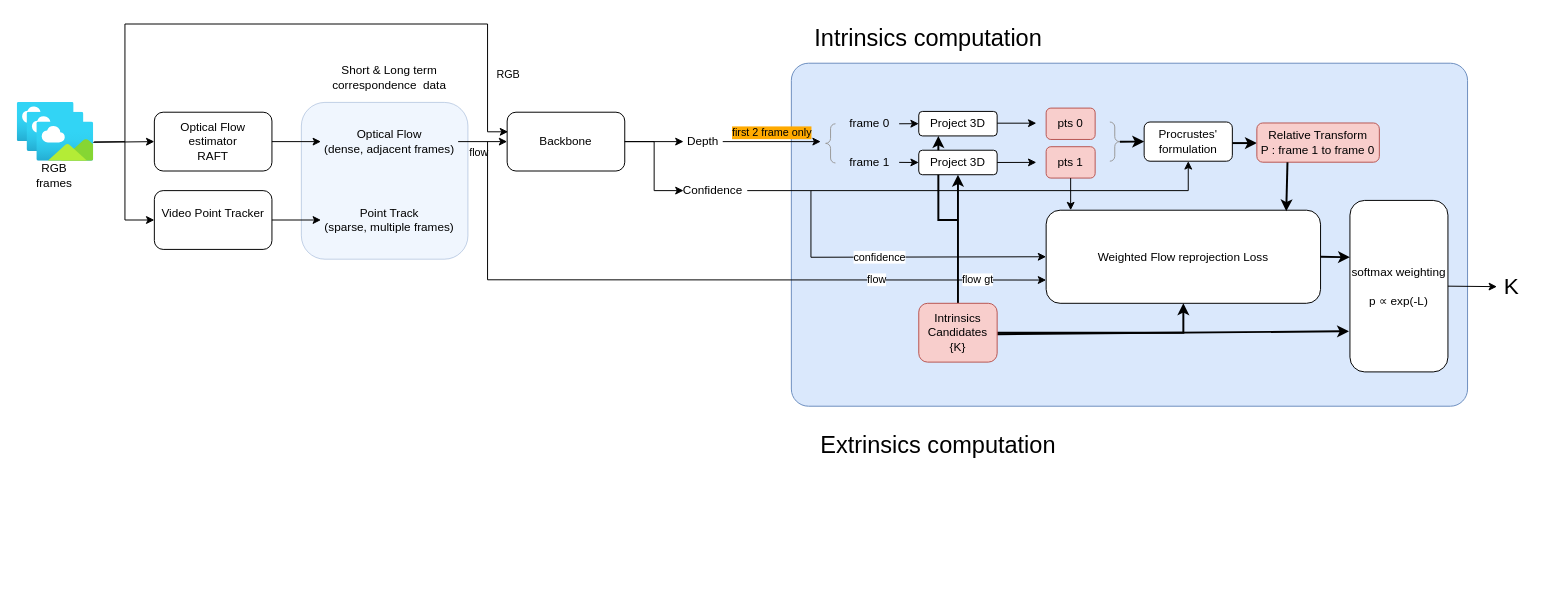
infinity1096/CV-network-fulltrace keeps this draw.io diagram as flowmap.drawio. Above is the earlier version. Source tidied: cells renumbered, new cells numbered last; positions are measured from the earlier drawing's top-left corner, leaving out a move shared by most shapes. Both pictures are drawn from the tidied source at 98%, with x=0, y=0 at pixel (17, 24).
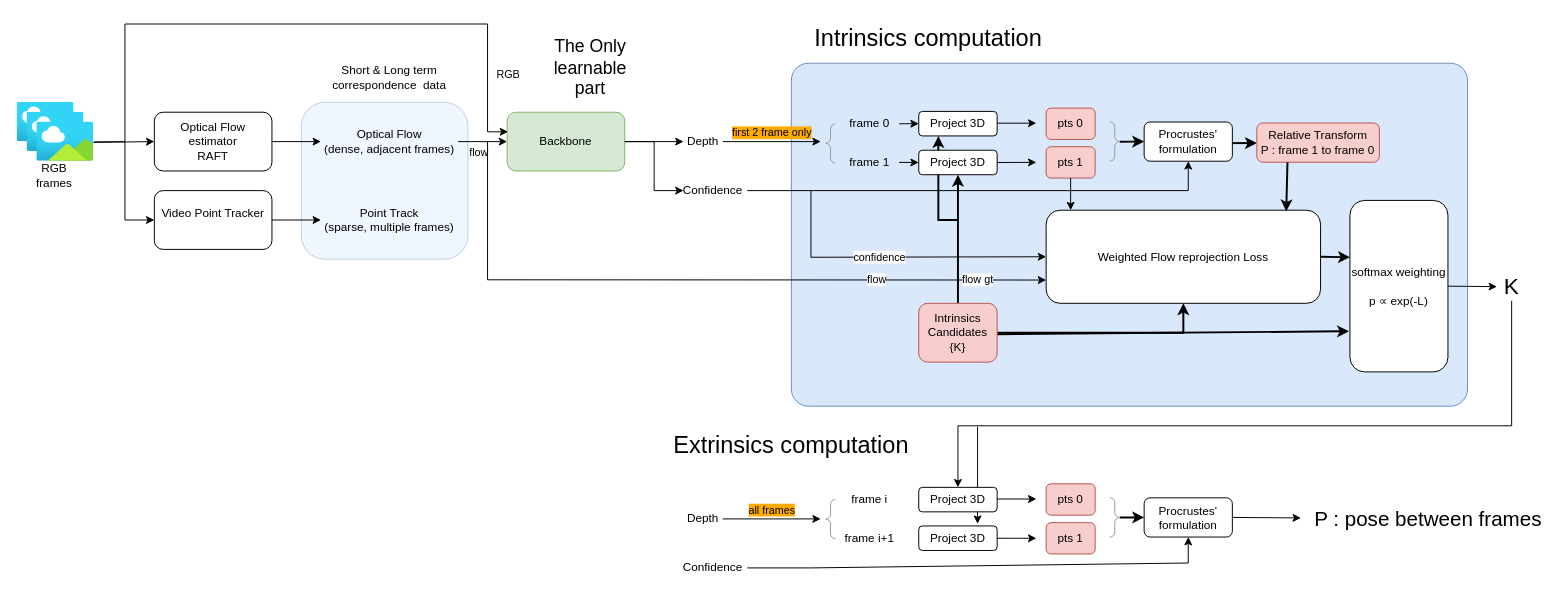
The same diagram, later.

The change refers to these unchanged cells:
```xml
<mxCell id="61" value="&lt;font style=&quot;font-size: 23px;&quot;&gt;K&lt;/font&gt;" style="text;html=1;align=center;verticalAlign=middle;whiteSpace=wrap;rounded=0;" parent="1" vertex="1">
  <mxGeometry x="1510" y="252.5" width="30" height="30" as="geometry" />
</mxCell>
```

The edit, as a diff of the source:
```diff
@@
+    <mxCell id="64" style="endArrow=classic;html=1;rounded=0;" parent="1" edge="1">
+      <mxGeometry relative="1" as="geometry">
+        <mxPoint x="980" y="411" as="sourcePoint" />
+        <mxPoint x="980" y="510" as="targetPoint" />
+      </mxGeometry>
+    </mxCell>
@@
-    <mxCell id="18" value="Backbone" style="rounded=1;whiteSpace=wrap;html=1;" parent="1" vertex="1">
+    <mxCell id="18" value="Backbone" style="rounded=1;whiteSpace=wrap;html=1;fillColor=#d5e8d4;strokeColor=#82b366;" parent="1" vertex="1">
       <mxGeometry x="500" y="90" width="120" height="60" as="geometry" />
     </mxCell>
@@
+    <mxCell id="65" style="edgeStyle=orthogonalEdgeStyle;rounded=0;jettySize=auto;html=1;entryX=0.5;entryY=0;entryDx=0;entryDy=0;" parent="1" edge="1" source="61" target="71">
+      <mxGeometry relative="1" as="geometry">
+        <Array as="points">
+          <mxPoint x="1525" y="410" />
+          <mxPoint x="960" y="410" />
+        </Array>
+      </mxGeometry>
+    </mxCell>
@@
     <mxCell id="62" value="&lt;font style=&quot;font-size: 24px;&quot;&gt;Extrinsics computation&lt;/font&gt;" style="text;html=1;align=center;verticalAlign=middle;whiteSpace=wrap;rounded=0;" parent="1" vertex="1">
-      <mxGeometry x="810" y="415" width="260" height="30" as="geometry" />
+      <mxGeometry x="660" y="415" width="260" height="30" as="geometry" />
     </mxCell>
@@
+    <mxCell id="66" value="Depth" style="text;html=1;align=center;verticalAlign=middle;whiteSpace=wrap;rounded=0;" parent="1" vertex="1">
+      <mxGeometry x="680" y="490" width="40" height="30" as="geometry" />
+    </mxCell>
+    <mxCell id="67" value="Confidence" style="text;html=1;align=center;verticalAlign=middle;whiteSpace=wrap;rounded=0;" parent="1" vertex="1">
+      <mxGeometry x="675" y="540" width="70" height="30" as="geometry" />
+    </mxCell>
+    <mxCell id="68" style="endArrow=classic;html=1;rounded=0;exitX=1;exitY=0.5;exitDx=0;exitDy=0;" parent="1" edge="1" source="66">
+      <mxGeometry relative="1" as="geometry">
+        <mxPoint x="820" y="505" as="targetPoint" />
+      </mxGeometry>
+    </mxCell>
+    <mxCell id="69" value="all frames" style="edgeLabel;html=1;align=center;verticalAlign=middle;labelBackgroundColor=#ffaa00;" parent="68" vertex="1">
+      <mxGeometry x="0.15" y="1" relative="1" as="geometry">
+        <mxPoint x="-8" y="-9" as="offset" />
+      </mxGeometry>
+    </mxCell>
+    <mxCell id="70" style="endArrow=classic;html=1;rounded=0;entryX=0.5;entryY=1;entryDx=0;entryDy=0;exitX=1;exitY=0.5;exitDx=0;exitDy=0;" parent="1" edge="1" source="67" target="81">
+      <mxGeometry relative="1" as="geometry">
+        <Array as="points">
+          <mxPoint x="810" y="555" />
+          <mxPoint x="1195" y="550" />
+        </Array>
+      </mxGeometry>
+    </mxCell>
+    <mxCell id="71" value="Project 3D" style="rounded=1;whiteSpace=wrap;html=1;" parent="1" vertex="1">
+      <mxGeometry x="920" y="472.8" width="80" height="25" as="geometry" />
+    </mxCell>
+    <mxCell id="72" style="labelPosition=right;align=left;strokeWidth=1;shape=mxgraph.mockup.markup.curlyBrace;html=1;shadow=0;dashed=0;strokeColor=#999999;direction=north;" parent="1" vertex="1">
+      <mxGeometry x="820" y="485.2" width="20" height="40" as="geometry" />
+    </mxCell>
+    <mxCell id="73" value="Project 3D" style="rounded=1;whiteSpace=wrap;html=1;" parent="1" vertex="1">
+      <mxGeometry x="920" y="512.2" width="80" height="25" as="geometry" />
+    </mxCell>
+    <mxCell id="74" value="frame i" style="text;html=1;align=center;verticalAlign=middle;whiteSpace=wrap;rounded=0;" parent="1" vertex="1">
+      <mxGeometry x="840" y="470.2" width="60" height="30" as="geometry" />
+    </mxCell>
+    <mxCell id="75" value="frame i+1" style="text;html=1;align=center;verticalAlign=middle;whiteSpace=wrap;rounded=0;" parent="1" vertex="1">
+      <mxGeometry x="840" y="509.8" width="60" height="30" as="geometry" />
+    </mxCell>
+    <mxCell id="76" style="endArrow=classic;html=1;rounded=0;exitX=1;exitY=0.5;exitDx=0;exitDy=0;" parent="1" edge="1" source="73">
+      <mxGeometry relative="1" as="geometry">
+        <mxPoint x="1040" y="524.8" as="targetPoint" />
+      </mxGeometry>
+    </mxCell>
+    <mxCell id="77" style="endArrow=classic;html=1;rounded=0;exitX=1;exitY=0.5;exitDx=0;exitDy=0;" parent="1" edge="1">
+      <mxGeometry relative="1" as="geometry">
+        <mxPoint x="1000" y="484.7" as="sourcePoint" />
+        <mxPoint x="1040" y="484.7" as="targetPoint" />
+      </mxGeometry>
+    </mxCell>
+    <mxCell id="78" value="pts 0" style="rounded=1;whiteSpace=wrap;html=1;fillColor=#f8cecc;strokeColor=#b85450;" parent="1" vertex="1">
+      <mxGeometry x="1050" y="469.2" width="50" height="32" as="geometry" />
+    </mxCell>
+    <mxCell id="79" value="pts 1" style="rounded=1;whiteSpace=wrap;html=1;fillColor=#f8cecc;strokeColor=#b85450;" parent="1" vertex="1">
+      <mxGeometry x="1050" y="508.8" width="50" height="32" as="geometry" />
+    </mxCell>
+    <mxCell id="80" style="labelPosition=right;align=left;strokeWidth=1;shape=mxgraph.mockup.markup.curlyBrace;html=1;shadow=0;dashed=0;strokeColor=#999999;direction=north;rotation=-180;" parent="1" vertex="1">
+      <mxGeometry x="1110" y="483.5" width="20" height="40" as="geometry" />
+    </mxCell>
+    <mxCell id="81" value="Procrustes' formulation" style="rounded=1;whiteSpace=wrap;html=1;" parent="1" vertex="1">
+      <mxGeometry x="1150" y="483.5" width="90" height="40" as="geometry" />
+    </mxCell>
+    <mxCell id="82" style="endArrow=classic;html=1;rounded=0;exitX=0.501;exitY=0.239;exitDx=0;exitDy=0;exitPerimeter=0;entryX=0;entryY=0.5;entryDx=0;entryDy=0;strokeWidth=2;" parent="1" edge="1" source="80" target="81">
+      <mxGeometry relative="1" as="geometry" />
+    </mxCell>
+    <mxCell id="83" style="endArrow=classic;html=1;rounded=0;exitX=1;exitY=0.5;exitDx=0;exitDy=0;" parent="1" edge="1" source="81">
+      <mxGeometry relative="1" as="geometry">
+        <mxPoint x="1310" y="504" as="targetPoint" />
+      </mxGeometry>
+    </mxCell>
+    <mxCell id="84" value="&lt;font style=&quot;font-size: 21px;&quot;&gt;P : pose between frames&lt;/font&gt;" style="text;html=1;align=center;verticalAlign=middle;whiteSpace=wrap;rounded=0;" parent="1" vertex="1">
+      <mxGeometry x="1320" y="490.2" width="240" height="30" as="geometry" />
+    </mxCell>
+    <mxCell id="85" value="&lt;font style=&quot;font-size: 18px;&quot;&gt;The Only learnable part&lt;/font&gt;" style="text;html=1;align=center;verticalAlign=middle;whiteSpace=wrap;rounded=0;" parent="1" vertex="1">
+      <mxGeometry x="530" y="30" width="110" height="30" as="geometry" />
+    </mxCell>
```
